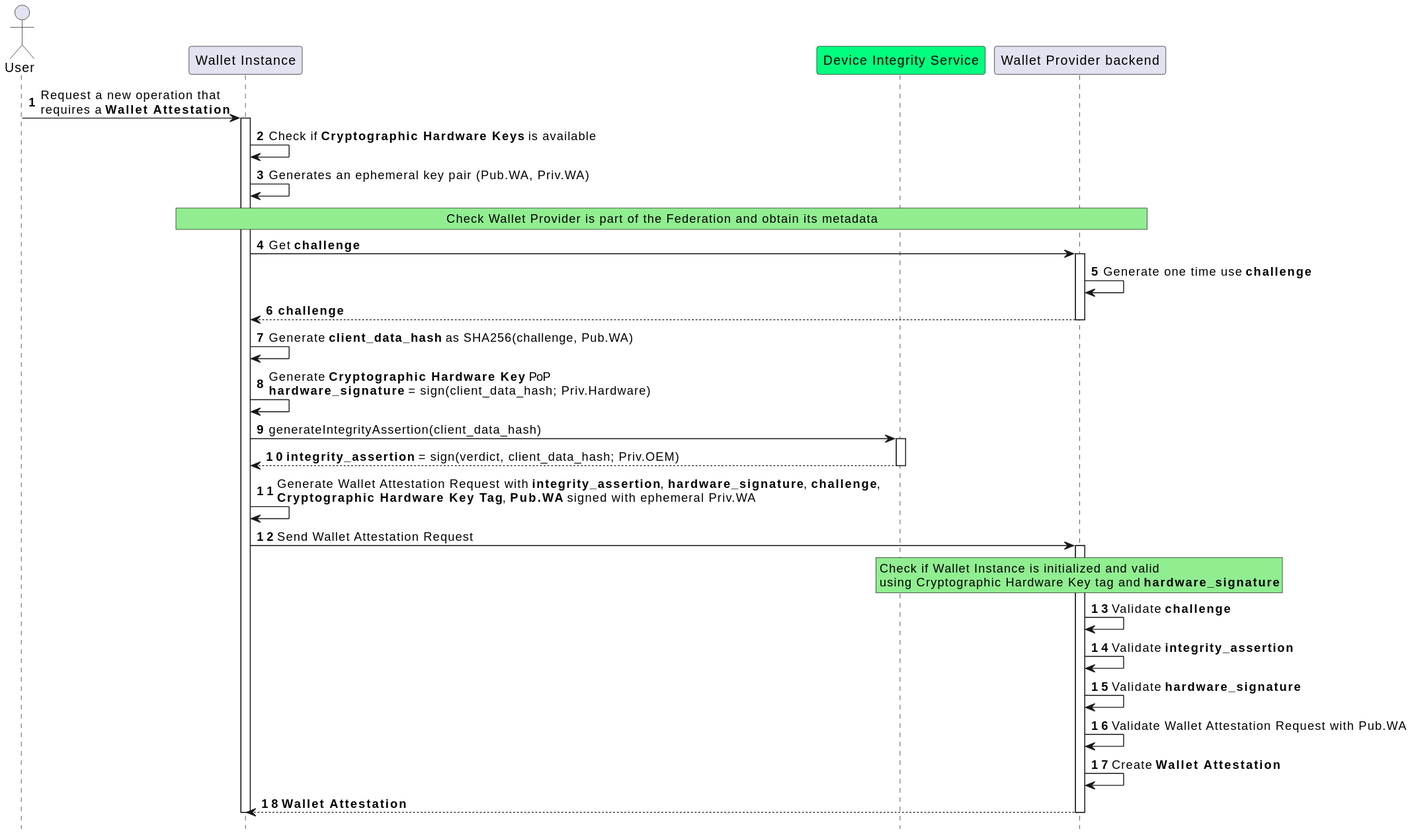
Before: images/wallet_instance_acquisition.svg, a diagram exported from PlantUML (italia/eid-wallet-it-docs). The source it was exported from:
```plantuml
@startuml
autonumber
hide footbox

actor "User" as user
participant "Wallet Instance" as app
participant "Device Integrity Service" as aats #springgreen
participant "Wallet Provider backend" as bck


user->app: Request a new operation that\nrequires a **Wallet Attestation**
activate app
app->app: Check if **Cryptographic Hardware Keys** is available

app->app: Generates an ephemeral key pair  (Pub.WA, Priv.WA)

rnote over app,bck #LIGHTGREEN
Check Wallet Provider is part of the Federation and obtain its metadata
endrnote


app->bck: Get **challenge**
activate bck
bck->bck: Generate one time use **challenge**
bck-->app: **challenge**
deactivate bck



app->app: Generate **client_data_hash** as SHA256(challenge, Pub.WA)

app->app: Generate **Cryptographic Hardware Key** PoP\n**hardware_signature** = sign(client_data_hash; Priv.Hardware)

app->aats: generateIntegrityAssertion(client_data_hash)
activate aats
aats-->app: **integrity_assertion** = sign(verdict, client_data_hash; Priv.OEM)
deactivate aats

app->app: Generate Wallet Attestation Request with **integrity_assertion**, **hardware_signature**, **challenge**,\n**Cryptographic Hardware Key Tag**, **Pub.WA** signed with ephemeral Priv.WA
app->bck: Send Wallet Attestation Request
activate bck
rnote over bck,bck #LIGHTGREEN
Check if Wallet Instance is initialized and valid
using Cryptographic Hardware Key tag and **hardware_signature**
endrnote
bck->bck: Validate **challenge**
bck->bck: Validate **integrity_assertion**
bck->bck: Validate **hardware_signature**
bck->bck: Validate Wallet Attestation Request with Pub.WA
bck->bck: Create **Wallet Attestation**
bck-->app: **Wallet Attestation**
deactivate bck

deactivate app
@enduml
```
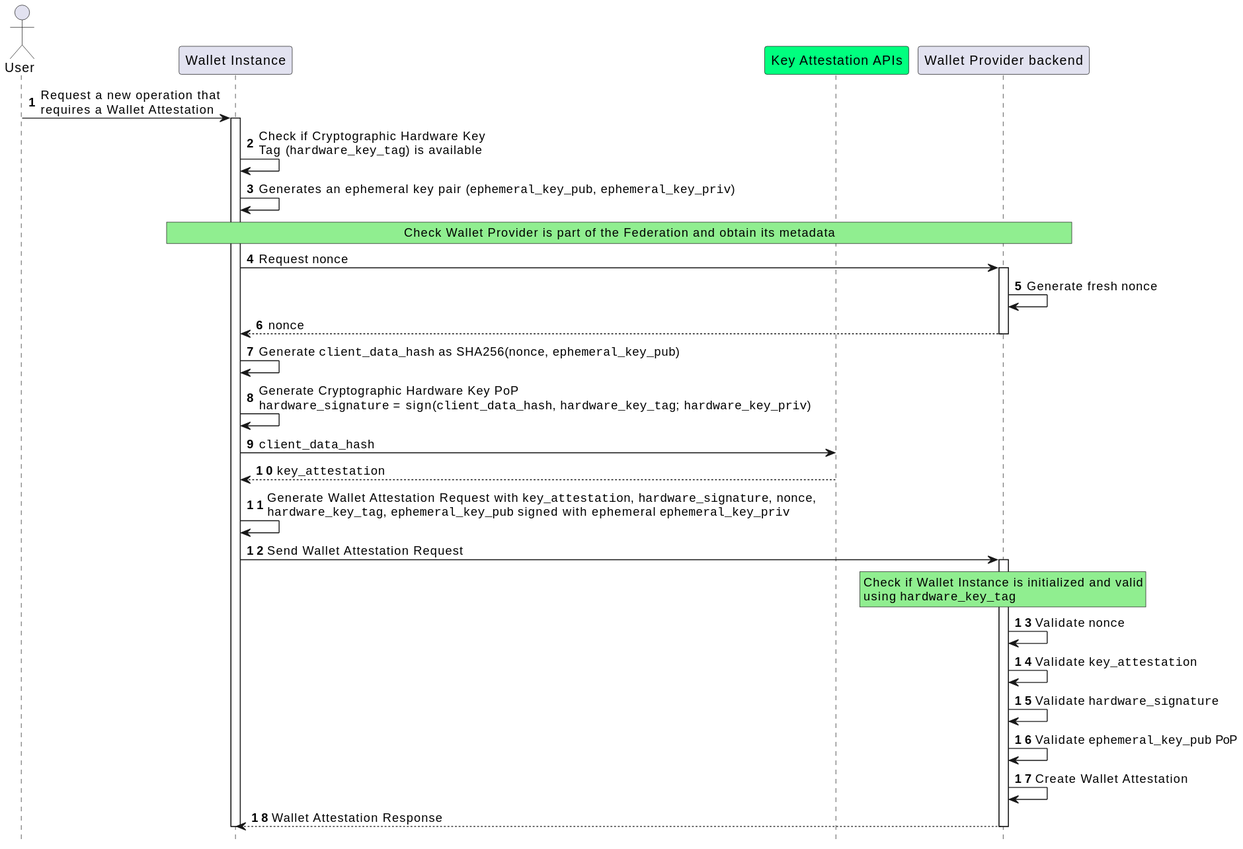
The same file after the commit.

Commit message:
alignement with RP instance notations

What changed in the source:
```diff
@@ -4,51 +4,52 @@
 
 actor "User" as user
 participant "Wallet Instance" as app
-participant "Device Integrity Service" as aats #springgreen
+participant "Key Attestation APIs" as aats #springgreen
 participant "Wallet Provider backend" as bck
 
 
-user->app: Request a new operation that\nrequires a **Wallet Attestation**
+user->app: Request a new operation that\nrequires a Wallet Attestation
 activate app
-app->app: Check if **Cryptographic Hardware Keys** is available
 
-app->app: Generates an ephemeral key pair  (Pub.WA, Priv.WA)
+app->app: Check if Cryptographic Hardware Key \nTag (""hardware_key_tag"") is available
+
+
+app->app: Generates an ephemeral key pair (""ephemeral_key_pub"", ""ephemeral_key_priv"")
 
 rnote over app,bck #LIGHTGREEN
 Check Wallet Provider is part of the Federation and obtain its metadata
 endrnote
 
 
-app->bck: Get **challenge**
+app->bck: Request ""nonce""
 activate bck
-bck->bck: Generate one time use **challenge**
-bck-->app: **challenge**
+
+bck->bck: Generate fresh ""nonce""
+
+bck-->app: ""nonce""
 deactivate bck
 
 
+app->app: Generate ""client_data_hash"" as SHA256(""nonce"", ""ephemeral_key_pub"")
 
-app->app: Generate **client_data_hash** as SHA256(challenge, Pub.WA)
+app->app: Generate Cryptographic Hardware Key PoP\n""hardware_signature"" = sign(""client_data_hash"", ""hardware_key_tag""; ""hardware_key_priv"")
 
-app->app: Generate **Cryptographic Hardware Key** PoP\n**hardware_signature** = sign(client_data_hash; Priv.Hardware)
+app->aats: ""client_data_hash""
+aats-->app: ""key_attestation""
 
-app->aats: generateIntegrityAssertion(client_data_hash)
-activate aats
-aats-->app: **integrity_assertion** = sign(verdict, client_data_hash; Priv.OEM)
-deactivate aats
-
-app->app: Generate Wallet Attestation Request with **integrity_assertion**, **hardware_signature**, **challenge**,\n**Cryptographic Hardware Key Tag**, **Pub.WA** signed with ephemeral Priv.WA
+app->app: Generate Wallet Attestation Request with ""key_attestation"", ""hardware_signature"", ""nonce"",\n""hardware_key_tag"", ""ephemeral_key_pub"" signed with ephemeral ""ephemeral_key_priv""
 app->bck: Send Wallet Attestation Request
 activate bck
 rnote over bck,bck #LIGHTGREEN
 Check if Wallet Instance is initialized and valid
-using Cryptographic Hardware Key tag and **hardware_signature**
+using ""hardware_key_tag""
 endrnote
-bck->bck: Validate **challenge**
-bck->bck: Validate **integrity_assertion**
-bck->bck: Validate **hardware_signature**
-bck->bck: Validate Wallet Attestation Request with Pub.WA
-bck->bck: Create **Wallet Attestation**
-bck-->app: **Wallet Attestation**
+bck->bck: Validate ""nonce""
+bck->bck: Validate ""key_attestation""
+bck->bck: Validate ""hardware_signature""
+bck->bck: Validate ""ephemeral_key_pub"" PoP
+bck->bck: Create Wallet Attestation
+bck-->app: Wallet Attestation Response
 deactivate bck
 
 deactivate app
```
